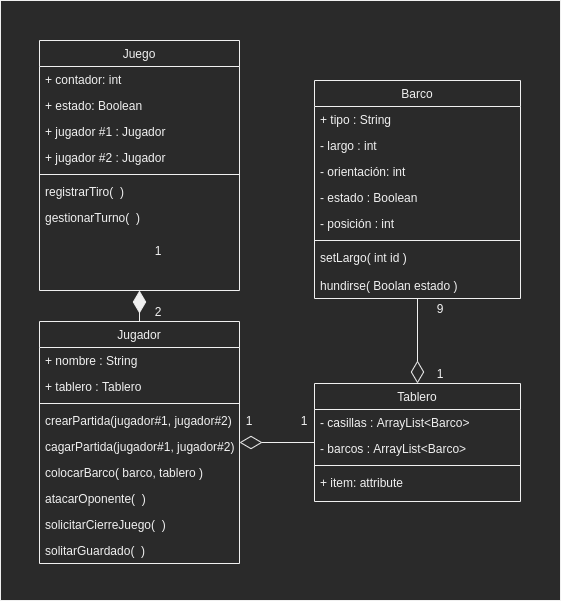
Above: ApartadoUML/Recursos/Clases/DiagramaDeClases.png in sjcr23/Proyecto2-POO-2020-ii (draw.io), before the change. Source tidied: cells renumbered, new cells last; positions are measured from the earlier drawing's top-left corner, leaving out a move shared by most shapes.
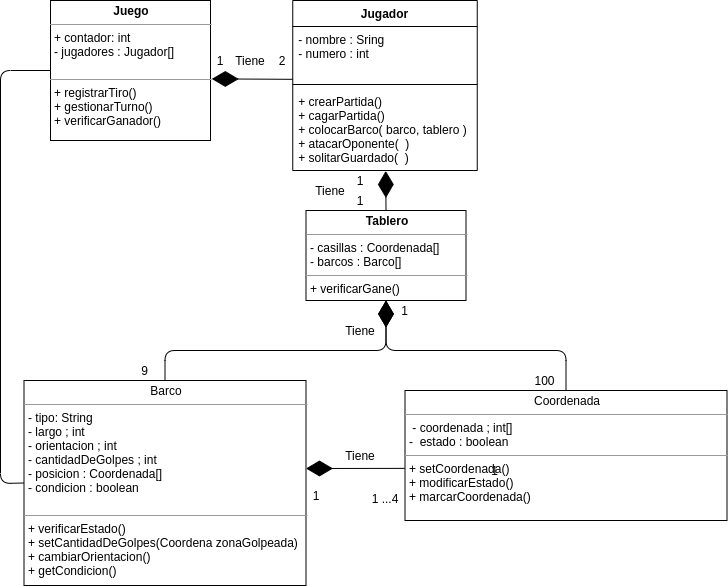
The same file after the commit.

Commit message:
modificaciones diagrama clases

The edit, as a diff of the source:
```diff
@@ -1,132 +1,107 @@
 <mxGraphModel>
   <root>
-    <mxCell id="0" />
-    <mxCell id="1" parent="0" />
-    <mxCell id="2" style="edgeStyle=orthogonalEdgeStyle;rounded=0;jettySize=auto;html=1;entryX=0.5;entryY=0;entryDx=0;entryDy=0;startArrow=diamondThin;startFill=1;startSize=20;endArrow=none;endFill=0;" parent="1" edge="1" source="3" target="13">
-      <mxGeometry relative="1" as="geometry" />
-    </mxCell>
-    <mxCell id="3" value="Juego" style="swimlane;fontStyle=0;align=center;verticalAlign=top;horizontal=1;startSize=26;rounded=0;shadow=0;strokeWidth=1;" parent="1" vertex="1">
-      <mxGeometry x="39" y="40" width="200" height="250" as="geometry" />
-    </mxCell>
-    <mxCell id="4" value="+ contador: int" style="text;align=left;verticalAlign=top;spacingLeft=4;spacingRight=4;overflow=hidden;rounded=0;shadow=0;html=0;" parent="3" vertex="1">
-      <mxGeometry y="26" width="200" height="26" as="geometry" />
-    </mxCell>
-    <mxCell id="5" value="+ estado: Boolean" style="text;align=left;verticalAlign=top;spacingLeft=4;spacingRight=4;overflow=hidden;rounded=0;shadow=0;html=0;" parent="3" vertex="1">
-      <mxGeometry y="52" width="200" height="26" as="geometry" />
-    </mxCell>
-    <mxCell id="6" value="+ jugador #1 : Jugador" style="text;align=left;verticalAlign=top;spacingLeft=4;spacingRight=4;overflow=hidden;" parent="3" vertex="1">
-      <mxGeometry y="78" width="200" height="26" as="geometry" />
-    </mxCell>
-    <mxCell id="7" value="+ jugador #2 : Jugador" style="text;align=left;verticalAlign=top;spacingLeft=4;spacingRight=4;overflow=hidden;rounded=0;shadow=0;html=0;" parent="3" vertex="1">
-      <mxGeometry y="104" width="200" height="26" as="geometry" />
-    </mxCell>
-    <mxCell id="8" style="line;html=1;strokeWidth=1;align=left;verticalAlign=middle;spacingTop=-1;spacingLeft=3;spacingRight=3;labelPosition=right;" parent="3" vertex="1">
-      <mxGeometry y="130" width="200" height="8" as="geometry" />
-    </mxCell>
-    <mxCell id="9" value="registrarTiro(  )" style="text;strokeColor=none;fillColor=none;align=left;verticalAlign=top;spacingLeft=4;spacingRight=4;overflow=hidden;" parent="3" vertex="1">
-      <mxGeometry y="138" width="200" height="26" as="geometry" />
-    </mxCell>
-    <mxCell id="10" value="gestionarTurno(  )" style="text;align=left;verticalAlign=top;spacingLeft=4;spacingRight=4;overflow=hidden;" parent="3" vertex="1">
-      <mxGeometry y="164" width="200" height="26" as="geometry" />
-    </mxCell>
-    <mxCell id="11" style="edgeStyle=orthogonalEdgeStyle;rounded=0;jettySize=auto;html=1;startArrow=diamondThin;startFill=0;startSize=20;endArrow=none;endFill=0;exitX=0.5;exitY=0;exitDx=0;exitDy=0;" parent="1" edge="1" source="34" target="23">
-      <mxGeometry relative="1" as="geometry" />
-    </mxCell>
-    <mxCell id="12" style="edgeStyle=orthogonalEdgeStyle;rounded=0;jettySize=auto;html=1;startArrow=diamondThin;startFill=0;startSize=20;endArrow=none;endFill=0;" parent="1" edge="1" source="13" target="34">
-      <mxGeometry relative="1" as="geometry" />
-    </mxCell>
+    <mxCell id="44" />
+    <mxCell id="45" parent="44" />
+    <mxCell id="46" value="1" style="text;html=1;strokeColor=none;fillColor=none;align=center;verticalAlign=middle;whiteSpace=wrap;rounded=0;" parent="45" vertex="1">
+      <mxGeometry x="235.5" y="595" width="20" height="20" as="geometry" />
+    </mxCell>
+    <mxCell id="47" value="&lt;p style=&quot;margin: 0px ; margin-top: 4px ; text-align: center&quot;&gt;Barco&lt;/p&gt;&lt;hr size=&quot;1&quot;&gt;&lt;p style=&quot;margin: 0px ; margin-left: 4px&quot;&gt;&lt;span&gt;- tipo: String&lt;/span&gt;&lt;/p&gt;&lt;p style=&quot;margin: 0px ; margin-left: 4px&quot;&gt;- largo ; int&amp;nbsp;&lt;/p&gt;&lt;p style=&quot;margin: 0px ; margin-left: 4px&quot;&gt;- orientacion ; int&lt;/p&gt;&lt;p style=&quot;margin: 0px ; margin-left: 4px&quot;&gt;- cantidadDeGolpes ; int&lt;/p&gt;&lt;p style=&quot;margin: 0px ; margin-left: 4px&quot;&gt;- posicion : Coordenada[]&lt;/p&gt;&lt;p style=&quot;margin: 0px ; margin-left: 4px&quot;&gt;- condicion : boolean&lt;/p&gt;&lt;p style=&quot;margin: 0px ; margin-left: 4px&quot;&gt;&lt;br&gt;&lt;/p&gt;&lt;hr size=&quot;1&quot;&gt;&lt;p style=&quot;margin: 0px ; margin-left: 4px&quot;&gt;+ verificarEstado()&lt;/p&gt;&lt;p style=&quot;margin: 0px ; margin-left: 4px&quot;&gt;+ setCantidadDeGolpes(Coordena zonaGolpeada)&lt;/p&gt;&lt;p style=&quot;margin: 0px ; margin-left: 4px&quot;&gt;+ cambiarOrientacion()&lt;/p&gt;&lt;p style=&quot;margin: 0px ; margin-left: 4px&quot;&gt;+ getCondicion()&lt;/p&gt;&lt;p style=&quot;margin: 0px ; margin-left: 4px&quot;&gt;&amp;nbsp;&lt;/p&gt;&lt;p style=&quot;margin: 0px ; margin-left: 4px&quot;&gt;&lt;br&gt;&lt;/p&gt;" style="verticalAlign=top;align=left;overflow=fill;fontSize=12;fontFamily=Helvetica;html=1;" parent="45" vertex="1">
+      <mxGeometry x="-46.5" y="490" width="282" height="205" as="geometry" />
+    </mxCell>
+    <mxCell id="48" value="&lt;p style=&quot;margin: 0px ; margin-top: 4px ; text-align: center&quot;&gt;Coordenada&lt;/p&gt;&lt;hr size=&quot;1&quot;&gt;&lt;p style=&quot;margin: 0px ; margin-left: 4px&quot;&gt;&amp;nbsp;- coordenada ; int[]&lt;/p&gt;&lt;p style=&quot;margin: 0px ; margin-left: 4px&quot;&gt;-&amp;nbsp; estado : boolean&lt;/p&gt;&lt;hr size=&quot;1&quot;&gt;&lt;p style=&quot;margin: 0px ; margin-left: 4px&quot;&gt;+ setCoordenada()&lt;/p&gt;&lt;p style=&quot;margin: 0px ; margin-left: 4px&quot;&gt;&lt;span&gt;+ modificarEstado()&lt;/span&gt;&lt;br&gt;&lt;/p&gt;&lt;p style=&quot;margin: 0px ; margin-left: 4px&quot;&gt;&lt;span&gt;+ marcarCoordenada()&lt;/span&gt;&lt;/p&gt;&lt;p style=&quot;margin: 0px ; margin-left: 4px&quot;&gt;&lt;br&gt;&lt;/p&gt;" style="verticalAlign=top;align=left;overflow=fill;fontSize=12;fontFamily=Helvetica;html=1;" parent="45" vertex="1">
+      <mxGeometry x="334.5" y="500" width="322" height="130" as="geometry" />
+    </mxCell>
+    <mxCell id="49" value="1" style="text;html=1;strokeColor=none;fillColor=none;align=center;verticalAlign=middle;whiteSpace=wrap;rounded=0;" parent="45" vertex="1">
+      <mxGeometry x="320.5" y="410" width="27" height="20" as="geometry" />
+    </mxCell>
+    <mxCell id="50" value="1 ...4" style="text;html=1;strokeColor=none;fillColor=none;align=center;verticalAlign=middle;whiteSpace=wrap;rounded=0;" parent="45" vertex="1">
+      <mxGeometry x="294.5" y="595" width="40" height="25" as="geometry" />
+    </mxCell>
+    <mxCell id="51" value="1" style="text;html=1;strokeColor=none;fillColor=none;align=center;verticalAlign=middle;whiteSpace=wrap;rounded=0;" parent="45" vertex="1">
+      <mxGeometry x="410.5" y="570" width="27" height="20" as="geometry" />
+    </mxCell>
+    <mxCell id="52" value="100" style="text;html=1;strokeColor=none;fillColor=none;align=center;verticalAlign=middle;whiteSpace=wrap;rounded=0;" parent="45" vertex="1">
+      <mxGeometry x="460.5" y="480" width="27" height="20" as="geometry" />
+    </mxCell>
+    <mxCell id="53" value="&lt;p style=&quot;margin: 0px ; margin-top: 4px ; text-align: center&quot;&gt;&lt;b&gt;Tablero&lt;/b&gt;&lt;/p&gt;&lt;hr size=&quot;1&quot;&gt;&lt;p style=&quot;margin: 0px ; margin-left: 4px&quot;&gt;- casillas : Coordenada[]&lt;/p&gt;&lt;p style=&quot;margin: 0px ; margin-left: 4px&quot;&gt;- barcos : Barco[]&lt;span&gt;&amp;nbsp;&lt;/span&gt;&lt;/p&gt;&lt;hr size=&quot;1&quot;&gt;&lt;p style=&quot;margin: 0px ; margin-left: 4px&quot;&gt;+ verificarGane()&lt;/p&gt;" style="verticalAlign=top;align=left;overflow=fill;fontSize=12;fontFamily=Helvetica;html=1;" parent="45" vertex="1">
+      <mxGeometry x="235.5" y="320" width="160" height="90" as="geometry" />
+    </mxCell>
+    <mxCell id="54" style="endArrow=diamondThin;endFill=1;endSize=24;html=1;entryX=0.5;entryY=1;entryDx=0;entryDy=0;exitX=0.5;exitY=0;exitDx=0;exitDy=0;" parent="45" edge="1" source="47" target="53">
+      <mxGeometry relative="1" as="geometry">
+        <Array as="points">
+          <mxPoint x="94.5" y="460" />
+          <mxPoint x="315.5" y="460" />
+        </Array>
+      </mxGeometry>
+    </mxCell>
+    <mxCell id="55" style="endArrow=diamondThin;endFill=1;endSize=24;html=1;exitX=0.5;exitY=0;exitDx=0;exitDy=0;entryX=0.5;entryY=1;entryDx=0;entryDy=0;" parent="45" edge="1" source="48" target="53">
+      <mxGeometry relative="1" as="geometry">
+        <Array as="points">
+          <mxPoint x="495.5" y="460" />
+          <mxPoint x="315.5" y="460" />
+        </Array>
+      </mxGeometry>
+    </mxCell>
+    <mxCell id="40" value="9" style="text;html=1;strokeColor=none;fillColor=none;align=center;verticalAlign=middle;whiteSpace=wrap;rounded=0;" parent="45" vertex="1">
+      <mxGeometry x="60.5" y="470" width="27" height="20" as="geometry" />
+    </mxCell>
+    <mxCell id="56" style="endArrow=diamondThin;endFill=1;endSize=24;html=1;exitX=-0.001;exitY=0.599;exitDx=0;exitDy=0;exitPerimeter=0;" parent="45" edge="1" source="48">
+      <mxGeometry relative="1" as="geometry">
+        <mxPoint x="235.5" y="578" as="targetPoint" />
+      </mxGeometry>
+    </mxCell>
-    <mxCell id="13" value="Jugador" style="swimlane;fontStyle=0;align=center;verticalAlign=top;horizontal=1;startSize=26;rounded=0;shadow=0;strokeWidth=1;" parent="1" vertex="1">
-      <mxGeometry x="39" y="321" width="200" height="242" as="geometry" />
+    <mxCell id="13" value="Jugador" style="swimlane;fontStyle=1;align=center;verticalAlign=top;horizontal=1;startSize=26;" parent="45" vertex="1">
+      <mxGeometry x="222.2" y="110" width="184.5" height="170" as="geometry" />
     </mxCell>
-    <mxCell id="14" value="+ nombre : String" style="text;align=left;verticalAlign=top;spacingLeft=4;spacingRight=4;overflow=hidden;" parent="13" vertex="1">
-      <mxGeometry y="26" width="200" height="26" as="geometry" />
-    </mxCell>
-    <mxCell id="15" value="+ tablero : Tablero" style="text;align=left;verticalAlign=top;spacingLeft=4;spacingRight=4;overflow=hidden;rounded=0;shadow=0;html=0;" parent="13" vertex="1">
-      <mxGeometry y="52" width="200" height="26" as="geometry" />
-    </mxCell>
-    <mxCell id="16" style="line;html=1;strokeWidth=1;align=left;verticalAlign=middle;spacingTop=-1;spacingLeft=3;spacingRight=3;labelPosition=right;" parent="13" vertex="1">
-      <mxGeometry y="78" width="200" height="8" as="geometry" />
-    </mxCell>
-    <mxCell id="17" value="crearPartida(jugador#1, jugador#2)" style="text;align=left;verticalAlign=top;spacingLeft=4;spacingRight=4;overflow=hidden;" parent="13" vertex="1">
-      <mxGeometry y="86" width="200" height="26" as="geometry" />
-    </mxCell>
-    <mxCell id="18" value="cagarPartida(jugador#1, jugador#2)" style="text;align=left;verticalAlign=top;spacingLeft=4;spacingRight=4;overflow=hidden;" parent="13" vertex="1">
-      <mxGeometry y="112" width="200" height="26" as="geometry" />
-    </mxCell>
-    <mxCell id="19" value="colocarBarco( barco, tablero )" style="text;strokeColor=none;fillColor=none;align=left;verticalAlign=top;spacingLeft=4;spacingRight=4;overflow=hidden;" parent="13" vertex="1">
-      <mxGeometry y="138" width="200" height="26" as="geometry" />
-    </mxCell>
-    <mxCell id="20" value="atacarOponente(  )" style="text;strokeColor=none;fillColor=none;align=left;verticalAlign=top;spacingLeft=4;spacingRight=4;overflow=hidden;" parent="13" vertex="1">
-      <mxGeometry y="164" width="200" height="26" as="geometry" />
-    </mxCell>
-    <mxCell id="21" value="solicitarCierreJuego(  )" style="text;strokeColor=none;fillColor=none;align=left;verticalAlign=top;spacingLeft=4;spacingRight=4;overflow=hidden;" parent="13" vertex="1">
-      <mxGeometry y="190" width="200" height="26" as="geometry" />
-    </mxCell>
-    <mxCell id="22" value="solitarGuardado(  )" style="text;align=left;verticalAlign=top;spacingLeft=4;spacingRight=4;overflow=hidden;" parent="13" vertex="1">
-      <mxGeometry y="216" width="200" height="26" as="geometry" />
-    </mxCell>
-    <mxCell id="23" value="Barco" style="swimlane;fontStyle=0;align=center;verticalAlign=top;horizontal=1;startSize=26;rounded=0;shadow=0;strokeWidth=1;" parent="1" vertex="1">
-      <mxGeometry x="314" y="80" width="206" height="218" as="geometry" />
-    </mxCell>
-    <mxCell id="24" value="+ tipo : String" style="text;align=left;verticalAlign=top;spacingLeft=4;spacingRight=4;overflow=hidden;" parent="23" vertex="1">
-      <mxGeometry y="26" width="206" height="26" as="geometry" />
-    </mxCell>
-    <mxCell id="25" value="- largo : int " style="text;align=left;verticalAlign=top;spacingLeft=4;spacingRight=4;overflow=hidden;" parent="23" vertex="1">
-      <mxGeometry y="52" width="206" height="26" as="geometry" />
-    </mxCell>
-    <mxCell id="26" value="- orientación: int " style="text;align=left;verticalAlign=top;spacingLeft=4;spacingRight=4;overflow=hidden;" parent="23" vertex="1">
-      <mxGeometry y="78" width="206" height="26" as="geometry" />
-    </mxCell>
-    <mxCell id="27" value="- estado : Boolean" style="text;align=left;verticalAlign=top;spacingLeft=4;spacingRight=4;overflow=hidden;" parent="23" vertex="1">
-      <mxGeometry y="104" width="206" height="26" as="geometry" />
-    </mxCell>
-    <mxCell id="28" value="- posición : int" style="text;align=left;verticalAlign=top;spacingLeft=4;spacingRight=4;overflow=hidden;" parent="23" vertex="1">
-      <mxGeometry y="130" width="206" height="26" as="geometry" />
-    </mxCell>
-    <mxCell id="29" style="line;html=1;strokeWidth=1;align=left;verticalAlign=middle;spacingTop=-1;spacingLeft=3;spacingRight=3;labelPosition=right;" parent="23" vertex="1">
-      <mxGeometry y="156" width="206" height="8" as="geometry" />
-    </mxCell>
-    <mxCell id="30" value="setLargo( int id )" style="text;strokeColor=none;fillColor=none;align=left;verticalAlign=top;spacingLeft=4;spacingRight=4;overflow=hidden;" parent="23" vertex="1">
-      <mxGeometry y="164" width="206" height="28" as="geometry" />
-    </mxCell>
-    <mxCell id="31" value="hundirse( Boolan estado )" style="text;strokeColor=none;fillColor=none;align=left;verticalAlign=top;spacingLeft=4;spacingRight=4;overflow=hidden;" parent="23" vertex="1">
-      <mxGeometry y="192" width="206" height="26" as="geometry" />
-    </mxCell>
-    <mxCell id="32" value="1" style="text;html=1;strokeColor=none;fillColor=none;align=center;verticalAlign=middle;whiteSpace=wrap;rounded=0;" parent="1" vertex="1">
-      <mxGeometry x="148" y="240" width="20" height="20" as="geometry" />
-    </mxCell>
+    <mxCell id="57" value="- nombre : Sring&#10;- numero : int&#10;" style="text;strokeColor=none;fillColor=none;align=left;verticalAlign=top;spacingLeft=4;spacingRight=4;overflow=hidden;points=[[0,0.5],[1,0.5]];portConstraint=eastwest;" parent="13" vertex="1">
+      <mxGeometry y="26" width="184.5" height="54" as="geometry" />
+    </mxCell>
+    <mxCell id="58" style="line;strokeWidth=1;fillColor=none;align=left;verticalAlign=middle;spacingTop=-1;spacingLeft=3;spacingRight=3;labelPosition=right;" parent="13" vertex="1">
+      <mxGeometry y="80" width="184.5" height="8" as="geometry" />
+    </mxCell>
+    <mxCell id="59" value="+ crearPartida()&#10;+ cagarPartida()&#10;+ colocarBarco( barco, tablero )&#10;+ atacarOponente(  )&#10;+ solitarGuardado(  )" style="text;strokeColor=none;fillColor=none;align=left;verticalAlign=top;spacingLeft=4;spacingRight=4;overflow=hidden;points=[[0,0.5],[1,0.5]];portConstraint=eastwest;" parent="13" vertex="1">
+      <mxGeometry y="88" width="184.5" height="82" as="geometry" />
+    </mxCell>
+    <mxCell id="60" value="&lt;p style=&quot;margin: 0px ; margin-top: 4px ; text-align: center&quot;&gt;&lt;b&gt;Juego&lt;/b&gt;&lt;/p&gt;&lt;hr size=&quot;1&quot;&gt;&lt;p style=&quot;margin: 0px ; margin-left: 4px&quot;&gt;+ contador: int&lt;br&gt;&lt;/p&gt;&lt;p style=&quot;margin: 0px ; margin-left: 4px&quot;&gt;- jugadores : Jugador[]&lt;/p&gt;&lt;p style=&quot;margin: 0px ; margin-left: 4px&quot;&gt;&lt;br&gt;&lt;/p&gt;&lt;hr size=&quot;1&quot;&gt;&lt;p style=&quot;margin: 0px ; margin-left: 4px&quot;&gt;+ registrarTiro()&lt;/p&gt;&lt;p style=&quot;margin: 0px ; margin-left: 4px&quot;&gt;+ gestionarTurno()&lt;/p&gt;&lt;p style=&quot;margin: 0px ; margin-left: 4px&quot;&gt;+ verificarGanador()&lt;br&gt;&lt;/p&gt;" style="verticalAlign=top;align=left;overflow=fill;fontSize=12;fontFamily=Helvetica;html=1;" parent="45" vertex="1">
+      <mxGeometry x="-20" y="110" width="160" height="140" as="geometry" />
+    </mxCell>
+    <mxCell id="61" style="endArrow=diamondThin;endFill=1;endSize=24;html=1;entryX=1.008;entryY=0.56;entryDx=0;entryDy=0;entryPerimeter=0;exitX=-0.001;exitY=0.978;exitDx=0;exitDy=0;exitPerimeter=0;" parent="45" edge="1" source="57" target="60">
+      <mxGeometry relative="1" as="geometry" />
+    </mxCell>
+    <mxCell id="62" value="1" style="text;html=1;strokeColor=none;fillColor=none;align=center;verticalAlign=middle;whiteSpace=wrap;rounded=0;" parent="45" vertex="1">
+      <mxGeometry x="140" y="160" width="20" height="20" as="geometry" />
+    </mxCell>
-    <mxCell id="33" value="2" style="text;html=1;strokeColor=none;fillColor=none;align=center;verticalAlign=middle;whiteSpace=wrap;rounded=0;" parent="1" vertex="1">
-      <mxGeometry x="153" y="301" width="10" height="20" as="geometry" />
+    <mxCell id="33" value="2" style="text;html=1;strokeColor=none;fillColor=none;align=center;verticalAlign=middle;whiteSpace=wrap;rounded=0;" parent="45" vertex="1">
+      <mxGeometry x="202.2" y="160" width="20" height="20" as="geometry" />
     </mxCell>
-    <mxCell id="34" value="Tablero" style="swimlane;fontStyle=0;align=center;verticalAlign=top;horizontal=1;startSize=26;rounded=0;shadow=0;strokeWidth=1;" parent="1" vertex="1">
-      <mxGeometry x="314" y="383" width="206" height="118" as="geometry" />
-    </mxCell>
-    <mxCell id="35" value="- casillas : ArrayList&lt;Barco&gt;" style="text;align=left;verticalAlign=top;spacingLeft=4;spacingRight=4;overflow=hidden;" parent="34" vertex="1">
-      <mxGeometry y="26" width="206" height="26" as="geometry" />
-    </mxCell>
-    <mxCell id="36" value="- barcos : ArrayList&lt;Barco&gt;" style="text;align=left;verticalAlign=top;spacingLeft=4;spacingRight=4;overflow=hidden;" parent="34" vertex="1">
-      <mxGeometry y="52" width="206" height="26" as="geometry" />
-    </mxCell>
-    <mxCell id="37" style="line;html=1;strokeWidth=1;align=left;verticalAlign=middle;spacingTop=-1;spacingLeft=3;spacingRight=3;labelPosition=right;" parent="34" vertex="1">
-      <mxGeometry y="78" width="206" height="8" as="geometry" />
-    </mxCell>
-    <mxCell id="38" value="+ item: attribute" style="text;strokeColor=none;fillColor=none;align=left;verticalAlign=top;spacingLeft=4;spacingRight=4;overflow=hidden;" parent="34" vertex="1">
-      <mxGeometry y="86" width="206" height="26" as="geometry" />
-    </mxCell>
-    <mxCell id="39" value="1" style="text;html=1;strokeColor=none;fillColor=none;align=center;verticalAlign=middle;whiteSpace=wrap;rounded=0;" parent="1" vertex="1">
-      <mxGeometry x="239" y="410" width="20" height="20" as="geometry" />
-    </mxCell>
-    <mxCell id="40" value="9" style="text;html=1;strokeColor=none;fillColor=none;align=center;verticalAlign=middle;whiteSpace=wrap;rounded=0;" parent="1" vertex="1">
-      <mxGeometry x="430" y="298" width="20" height="20" as="geometry" />
-    </mxCell>
-    <mxCell id="41" value="1" style="text;html=1;strokeColor=none;fillColor=none;align=center;verticalAlign=middle;whiteSpace=wrap;rounded=0;" parent="1" vertex="1">
-      <mxGeometry x="294" y="410" width="20" height="20" as="geometry" />
-    </mxCell>
-    <mxCell id="42" value="1" style="text;html=1;strokeColor=none;fillColor=none;align=center;verticalAlign=middle;whiteSpace=wrap;rounded=0;" parent="1" vertex="1">
-      <mxGeometry x="430" y="363" width="20" height="20" as="geometry" />
-    </mxCell>
-    <mxCell id="43" style="rounded=0;whiteSpace=wrap;html=1;fillColor=none;" parent="1" vertex="1">
-      <mxGeometry width="560" height="600" as="geometry" />
-    </mxCell>
+    <mxCell id="63" value="Tiene" style="text;html=1;strokeColor=none;fillColor=none;align=center;verticalAlign=middle;whiteSpace=wrap;rounded=0;" parent="45" vertex="1">
+      <mxGeometry x="170" y="160" width="20" height="20" as="geometry" />
+    </mxCell>
+    <mxCell id="64" value="Tiene" style="text;html=1;strokeColor=none;fillColor=none;align=center;verticalAlign=middle;whiteSpace=wrap;rounded=0;" parent="45" vertex="1">
+      <mxGeometry x="280" y="430" width="20" height="20" as="geometry" />
+    </mxCell>
+    <mxCell id="65" value="Tiene" style="text;html=1;strokeColor=none;fillColor=none;align=center;verticalAlign=middle;whiteSpace=wrap;rounded=0;" parent="45" vertex="1">
+      <mxGeometry x="280" y="555" width="20" height="20" as="geometry" />
+    </mxCell>
+    <mxCell id="66" style="endArrow=diamondThin;endFill=1;endSize=24;html=1;entryX=0.504;entryY=1.006;entryDx=0;entryDy=0;entryPerimeter=0;exitX=0.5;exitY=0;exitDx=0;exitDy=0;" parent="45" edge="1" source="53" target="59">
+      <mxGeometry relative="1" as="geometry" />
+    </mxCell>
+    <mxCell id="67" value="1" style="text;html=1;strokeColor=none;fillColor=none;align=center;verticalAlign=middle;whiteSpace=wrap;rounded=0;" parent="45" vertex="1">
+      <mxGeometry x="280" y="280" width="20" height="20" as="geometry" />
+    </mxCell>
+    <mxCell id="68" value="1" style="text;html=1;strokeColor=none;fillColor=none;align=center;verticalAlign=middle;whiteSpace=wrap;rounded=0;" parent="45" vertex="1">
+      <mxGeometry x="280" y="300" width="20" height="20" as="geometry" />
+    </mxCell>
+    <mxCell id="69" value="Tiene" style="text;html=1;strokeColor=none;fillColor=none;align=center;verticalAlign=middle;whiteSpace=wrap;rounded=0;" parent="45" vertex="1">
+      <mxGeometry x="250" y="290" width="20" height="20" as="geometry" />
+    </mxCell>
+    <mxCell id="70" style="endArrow=none;html=1;exitX=0;exitY=0.5;exitDx=0;exitDy=0;entryX=0;entryY=0.5;entryDx=0;entryDy=0;" parent="45" edge="1" source="60" target="47">
+      <mxGeometry relative="1" as="geometry">
+        <Array as="points">
+          <mxPoint x="-70" y="180" />
+          <mxPoint x="-70" y="593" />
+        </Array>
+      </mxGeometry>
+    </mxCell>
   </root>
 </mxGraphModel>
```
